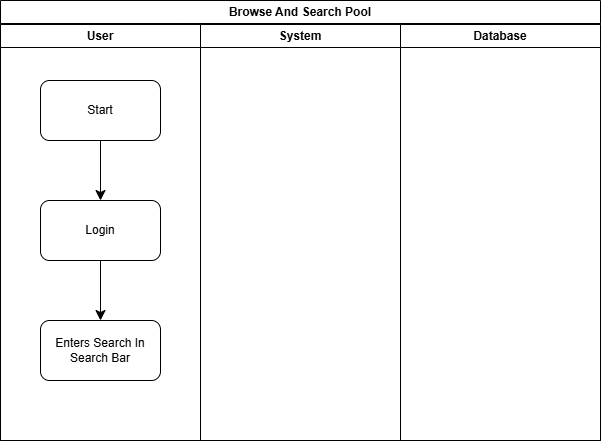
Earlier version of the draw.io export Use Case Diagrams/browse_and_search_through_current_listings/browse_and_search_current_listings_SWIMLANE_DIAGRAM.drawio.png (gavinbarry60/group8). Source tidied: cells renumbered, new cells last; positions are measured from the earlier drawing's top-left corner, leaving out a move shared by most shapes.
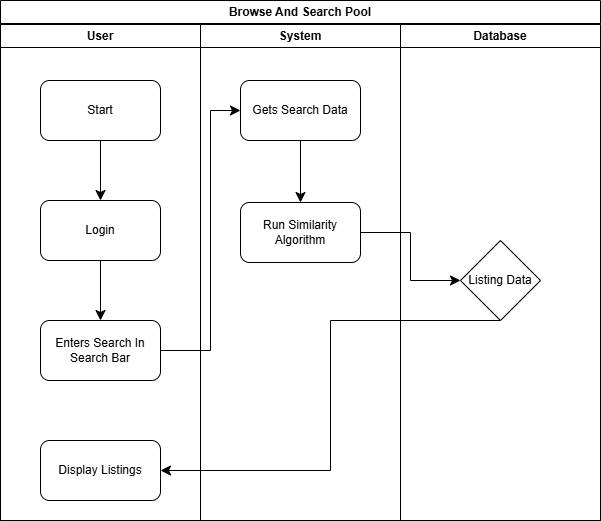
Later version of the same file.

Diff of the diagram source:
```diff
@@ -3,10 +3,10 @@
     <mxCell id="0" />
     <mxCell id="1" parent="0" />
     <mxCell id="2" value="Browse And Search Pool" style="swimlane;whiteSpace=wrap;html=1;startSize=23;" parent="1" vertex="1">
-      <mxGeometry width="600" height="440" as="geometry" />
+      <mxGeometry width="600" height="520" as="geometry" />
     </mxCell>
     <mxCell id="3" value="User" style="swimlane;whiteSpace=wrap;html=1;startSize=23;" parent="2" vertex="1">
-      <mxGeometry y="24" width="200" height="416" as="geometry" />
+      <mxGeometry y="24" width="200" height="496" as="geometry" />
     </mxCell>
     <mxCell id="4" value="Start" style="rounded=1;whiteSpace=wrap;html=1;" parent="3" vertex="1">
       <mxGeometry x="40" y="56" width="120" height="60" as="geometry" />
@@ -23,11 +23,40 @@
     <mxCell id="8" style="endArrow=classic;html=1;rounded=0;fontSize=12;startSize=8;endSize=8;curved=1;exitX=0.5;exitY=1;exitDx=0;exitDy=0;entryX=0.5;entryY=0;entryDx=0;entryDy=0;" parent="3" edge="1" source="5" target="6">
       <mxGeometry relative="1" as="geometry" />
     </mxCell>
+    <mxCell id="11" value="Display Listings" style="rounded=1;whiteSpace=wrap;html=1;" parent="3" vertex="1">
+      <mxGeometry x="40" y="416" width="120" height="60" as="geometry" />
+    </mxCell>
     <mxCell id="9" value="System" style="swimlane;whiteSpace=wrap;html=1;" parent="2" vertex="1">
-      <mxGeometry x="200" y="24" width="200" height="416" as="geometry" />
+      <mxGeometry x="200" y="24" width="200" height="496" as="geometry" />
     </mxCell>
+    <mxCell id="12" value="Gets Search Data" style="rounded=1;whiteSpace=wrap;html=1;" parent="9" vertex="1">
+      <mxGeometry x="40" y="56" width="120" height="60" as="geometry" />
+    </mxCell>
+    <mxCell id="13" value="Run Similarity Algorithm" style="rounded=1;whiteSpace=wrap;html=1;" parent="9" vertex="1">
+      <mxGeometry x="40" y="178" width="120" height="60" as="geometry" />
+    </mxCell>
+    <mxCell id="14" style="endArrow=classic;html=1;rounded=0;fontSize=12;startSize=8;endSize=8;curved=1;exitX=0.5;exitY=1;exitDx=0;exitDy=0;entryX=0.5;entryY=0;entryDx=0;entryDy=0;" parent="9" edge="1" source="12" target="13">
+      <mxGeometry relative="1" as="geometry" />
+    </mxCell>
     <mxCell id="10" value="Database" style="swimlane;whiteSpace=wrap;html=1;" parent="2" vertex="1">
-      <mxGeometry x="400" y="24" width="200" height="416" as="geometry" />
+      <mxGeometry x="400" y="24" width="200" height="496" as="geometry" />
     </mxCell>
+    <mxCell id="15" value="Listing Data" style="rhombus;whiteSpace=wrap;html=1;" parent="10" vertex="1">
+      <mxGeometry x="60" y="216" width="80" height="80" as="geometry" />
+    </mxCell>
+    <mxCell id="16" style="endArrow=classic;html=1;rounded=0;fontSize=12;startSize=8;endSize=8;exitX=1;exitY=0.5;exitDx=0;exitDy=0;edgeStyle=orthogonalEdgeStyle;entryX=0;entryY=0.5;entryDx=0;entryDy=0;" parent="2" edge="1" source="6" target="12">
+      <mxGeometry relative="1" as="geometry">
+        <Array as="points">
+          <mxPoint x="210" y="350" />
+          <mxPoint x="210" y="110" />
+        </Array>
+      </mxGeometry>
+    </mxCell>
+    <mxCell id="17" style="endArrow=classic;html=1;rounded=0;fontSize=12;startSize=8;endSize=8;exitX=1;exitY=0.5;exitDx=0;exitDy=0;edgeStyle=orthogonalEdgeStyle;entryX=0;entryY=0.5;entryDx=0;entryDy=0;" parent="2" edge="1" source="13" target="15">
+      <mxGeometry relative="1" as="geometry" />
+    </mxCell>
+    <mxCell id="18" style="endArrow=classic;html=1;rounded=0;fontSize=12;startSize=8;endSize=8;edgeStyle=elbowEdgeStyle;exitX=0.5;exitY=1;exitDx=0;exitDy=0;entryX=1;entryY=0.5;entryDx=0;entryDy=0;" parent="2" edge="1" source="15" target="11">
+      <mxGeometry relative="1" as="geometry" />
+    </mxCell>
   </root>
 </mxGraphModel>
```
